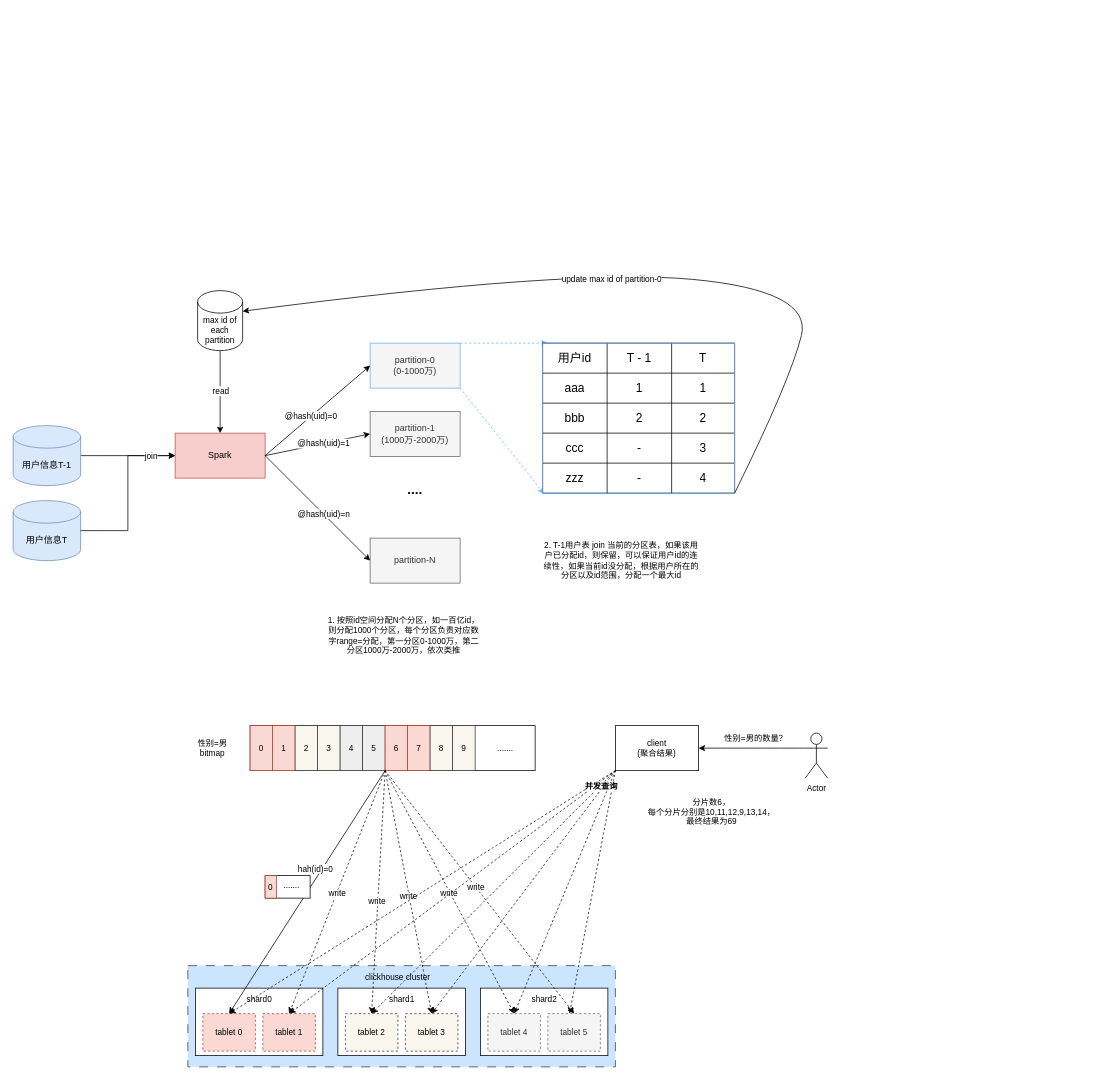
learn2Pro/draw_io_save keeps this draw.io diagram as id-mapping-pipeline-ck.drawio. Above is the earlier version. Source tidied: cells renumbered, new cells numbered last; positions are measured from the earlier drawing's top-left corner, leaving out a move shared by most shapes. Both pictures are drawn from the tidied source at 75%, with x=0, y=0 at pixel (13, 268).
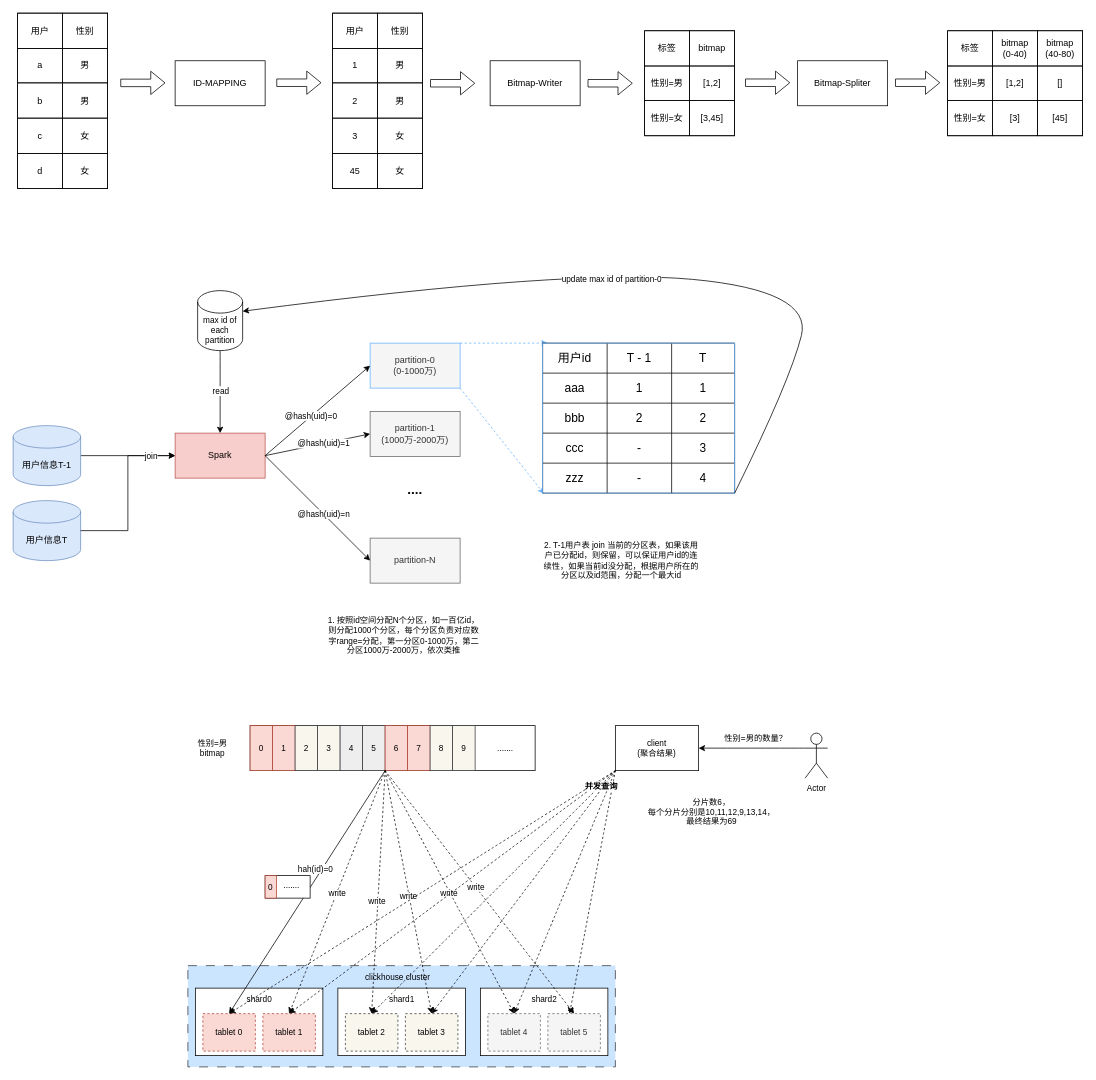
After the change.

What changed in the source:
```diff
@@
+    <mxCell id="105" style="childLayout=tableLayout;shadow=0;fillColor=none;" parent="1" vertex="1">
+      <mxGeometry x="6" y="-340" width="120" height="234" as="geometry" />
+    </mxCell>
+    <mxCell id="106" style="shape=tableRow;horizontal=0;startSize=0;swimlaneHead=0;swimlaneBody=0;top=0;left=0;bottom=0;right=0;fontStyle=0;fillColor=none;strokeColor=inherit;" parent="105" vertex="1">
+      <mxGeometry width="120" height="47" as="geometry" />
+    </mxCell>
+    <mxCell id="107" value="用户" style="strokeColor=inherit;fillColor=none;align=center;whiteSpace=wrap;html=1;" parent="106" vertex="1">
+      <mxGeometry width="60" height="47" as="geometry" />
+    </mxCell>
+    <mxCell id="108" value="性别" style="strokeColor=inherit;fillColor=none;align=center;whiteSpace=wrap;html=1;" parent="106" vertex="1">
+      <mxGeometry x="60" width="60" height="47" as="geometry" />
+    </mxCell>
+    <mxCell id="109" style="shape=tableRow;horizontal=0;startSize=0;swimlaneHead=0;swimlaneBody=0;top=0;left=0;bottom=0;right=0;fontStyle=0;fillColor=none;strokeColor=inherit;" parent="105" vertex="1">
+      <mxGeometry y="47" width="120" height="46" as="geometry" />
+    </mxCell>
+    <mxCell id="110" value="a" style="strokeColor=inherit;fillColor=none;align=center;whiteSpace=wrap;html=1;" parent="109" vertex="1">
+      <mxGeometry width="60" height="46" as="geometry" />
+    </mxCell>
+    <mxCell id="111" value="男" style="strokeColor=inherit;fillColor=none;align=center;whiteSpace=wrap;html=1;" parent="109" vertex="1">
+      <mxGeometry x="60" width="60" height="46" as="geometry" />
+    </mxCell>
+    <mxCell id="112" style="shape=tableRow;horizontal=0;startSize=0;swimlaneHead=0;swimlaneBody=0;top=0;left=0;bottom=0;right=0;fontStyle=0;fillColor=none;strokeColor=inherit;" parent="105" vertex="1">
+      <mxGeometry y="93" width="120" height="47" as="geometry" />
+    </mxCell>
+    <mxCell id="113" value="b" style="strokeColor=inherit;fillColor=none;align=center;whiteSpace=wrap;html=1;" parent="112" vertex="1">
+      <mxGeometry width="60" height="47" as="geometry" />
+    </mxCell>
+    <mxCell id="114" value="男" style="strokeColor=inherit;fillColor=none;align=center;whiteSpace=wrap;html=1;" parent="112" vertex="1">
+      <mxGeometry x="60" width="60" height="47" as="geometry" />
+    </mxCell>
+    <mxCell id="115" style="shape=tableRow;horizontal=0;startSize=0;swimlaneHead=0;swimlaneBody=0;top=0;left=0;bottom=0;right=0;fontStyle=0;fillColor=none;strokeColor=inherit;" parent="105" vertex="1">
+      <mxGeometry y="140" width="120" height="47" as="geometry" />
+    </mxCell>
+    <mxCell id="116" value="c" style="strokeColor=inherit;fillColor=none;align=center;whiteSpace=wrap;html=1;" parent="115" vertex="1">
+      <mxGeometry width="60" height="47" as="geometry" />
+    </mxCell>
+    <mxCell id="117" value="女" style="strokeColor=inherit;fillColor=none;align=center;whiteSpace=wrap;html=1;" parent="115" vertex="1">
+      <mxGeometry x="60" width="60" height="47" as="geometry" />
+    </mxCell>
+    <mxCell id="118" style="shape=tableRow;horizontal=0;startSize=0;swimlaneHead=0;swimlaneBody=0;top=0;left=0;bottom=0;right=0;fontStyle=0;fillColor=none;strokeColor=inherit;" parent="105" vertex="1">
+      <mxGeometry y="187" width="120" height="47" as="geometry" />
+    </mxCell>
+    <mxCell id="119" value="d" style="strokeColor=inherit;fillColor=none;align=center;whiteSpace=wrap;html=1;" parent="118" vertex="1">
+      <mxGeometry width="60" height="47" as="geometry" />
+    </mxCell>
+    <mxCell id="120" value="女" style="strokeColor=inherit;fillColor=none;align=center;whiteSpace=wrap;html=1;" parent="118" vertex="1">
+      <mxGeometry x="60" width="60" height="47" as="geometry" />
+    </mxCell>
+    <mxCell id="121" style="shape=flexArrow;endArrow=classic;html=1;rounded=0;" parent="1" edge="1">
+      <mxGeometry relative="1" as="geometry">
+        <mxPoint x="143" y="-247" as="sourcePoint" />
+        <mxPoint x="203" y="-247" as="targetPoint" />
+      </mxGeometry>
+    </mxCell>
+    <mxCell id="122" value="ID-MAPPING" style="rounded=0;whiteSpace=wrap;html=1;" parent="1" vertex="1">
+      <mxGeometry x="216" y="-276.5" width="120" height="60" as="geometry" />
+    </mxCell>
+    <mxCell id="123" style="shape=flexArrow;endArrow=classic;html=1;rounded=0;" parent="1" edge="1">
+      <mxGeometry relative="1" as="geometry">
+        <mxPoint x="351" y="-247.2" as="sourcePoint" />
+        <mxPoint x="411" y="-247.2" as="targetPoint" />
+      </mxGeometry>
+    </mxCell>
+    <mxCell id="124" style="childLayout=tableLayout;shadow=0;fillColor=none;" parent="1" vertex="1">
+      <mxGeometry x="426" y="-340" width="120" height="234" as="geometry" />
+    </mxCell>
+    <mxCell id="125" style="shape=tableRow;horizontal=0;startSize=0;swimlaneHead=0;swimlaneBody=0;top=0;left=0;bottom=0;right=0;fontStyle=0;fillColor=none;strokeColor=inherit;" parent="124" vertex="1">
+      <mxGeometry width="120" height="47" as="geometry" />
+    </mxCell>
+    <mxCell id="126" value="用户" style="strokeColor=inherit;fillColor=none;align=center;whiteSpace=wrap;html=1;" parent="125" vertex="1">
+      <mxGeometry width="60" height="47" as="geometry" />
+    </mxCell>
+    <mxCell id="127" value="性别" style="strokeColor=inherit;fillColor=none;align=center;whiteSpace=wrap;html=1;" parent="125" vertex="1">
+      <mxGeometry x="60" width="60" height="47" as="geometry" />
+    </mxCell>
+    <mxCell id="128" style="shape=tableRow;horizontal=0;startSize=0;swimlaneHead=0;swimlaneBody=0;top=0;left=0;bottom=0;right=0;fontStyle=0;fillColor=none;strokeColor=inherit;" parent="124" vertex="1">
+      <mxGeometry y="47" width="120" height="46" as="geometry" />
+    </mxCell>
+    <mxCell id="129" value="1" style="strokeColor=inherit;fillColor=none;align=center;whiteSpace=wrap;html=1;" parent="128" vertex="1">
+      <mxGeometry width="60" height="46" as="geometry" />
+    </mxCell>
+    <mxCell id="130" value="男" style="strokeColor=inherit;fillColor=none;align=center;whiteSpace=wrap;html=1;" parent="128" vertex="1">
+      <mxGeometry x="60" width="60" height="46" as="geometry" />
+    </mxCell>
+    <mxCell id="131" style="shape=tableRow;horizontal=0;startSize=0;swimlaneHead=0;swimlaneBody=0;top=0;left=0;bottom=0;right=0;fontStyle=0;fillColor=none;strokeColor=inherit;" parent="124" vertex="1">
+      <mxGeometry y="93" width="120" height="47" as="geometry" />
+    </mxCell>
+    <mxCell id="132" value="2" style="strokeColor=inherit;fillColor=none;align=center;whiteSpace=wrap;html=1;" parent="131" vertex="1">
+      <mxGeometry width="60" height="47" as="geometry" />
+    </mxCell>
+    <mxCell id="133" value="男" style="strokeColor=inherit;fillColor=none;align=center;whiteSpace=wrap;html=1;" parent="131" vertex="1">
+      <mxGeometry x="60" width="60" height="47" as="geometry" />
+    </mxCell>
+    <mxCell id="134" style="shape=tableRow;horizontal=0;startSize=0;swimlaneHead=0;swimlaneBody=0;top=0;left=0;bottom=0;right=0;fontStyle=0;fillColor=none;strokeColor=inherit;" parent="124" vertex="1">
+      <mxGeometry y="140" width="120" height="47" as="geometry" />
+    </mxCell>
+    <mxCell id="135" value="3" style="strokeColor=inherit;fillColor=none;align=center;whiteSpace=wrap;html=1;" parent="134" vertex="1">
+      <mxGeometry width="60" height="47" as="geometry" />
+    </mxCell>
+    <mxCell id="136" value="女" style="strokeColor=inherit;fillColor=none;align=center;whiteSpace=wrap;html=1;" parent="134" vertex="1">
+      <mxGeometry x="60" width="60" height="47" as="geometry" />
+    </mxCell>
+    <mxCell id="137" style="shape=tableRow;horizontal=0;startSize=0;swimlaneHead=0;swimlaneBody=0;top=0;left=0;bottom=0;right=0;fontStyle=0;fillColor=none;strokeColor=inherit;" parent="124" vertex="1">
+      <mxGeometry y="187" width="120" height="47" as="geometry" />
+    </mxCell>
+    <mxCell id="138" value="45" style="strokeColor=inherit;fillColor=none;align=center;whiteSpace=wrap;html=1;" parent="137" vertex="1">
+      <mxGeometry width="60" height="47" as="geometry" />
+    </mxCell>
+    <mxCell id="139" value="女" style="strokeColor=inherit;fillColor=none;align=center;whiteSpace=wrap;html=1;" parent="137" vertex="1">
+      <mxGeometry x="60" width="60" height="47" as="geometry" />
+    </mxCell>
+    <mxCell id="140" value="Bitmap-Writer" style="rounded=0;whiteSpace=wrap;html=1;" parent="1" vertex="1">
+      <mxGeometry x="636" y="-276.5" width="120" height="60" as="geometry" />
+    </mxCell>
+    <mxCell id="141" style="shape=flexArrow;endArrow=classic;html=1;rounded=0;" parent="1" edge="1">
+      <mxGeometry relative="1" as="geometry">
+        <mxPoint x="556" y="-246.5" as="sourcePoint" />
+        <mxPoint x="616" y="-246.5" as="targetPoint" />
+      </mxGeometry>
+    </mxCell>
+    <mxCell id="142" style="childLayout=tableLayout;shadow=0;fillColor=none;" parent="1" vertex="1">
+      <mxGeometry x="842" y="-316.5" width="120" height="140" as="geometry" />
+    </mxCell>
+    <mxCell id="143" style="shape=tableRow;horizontal=0;startSize=0;swimlaneHead=0;swimlaneBody=0;top=0;left=0;bottom=0;right=0;fontStyle=0;fillColor=none;strokeColor=inherit;" parent="142" vertex="1">
+      <mxGeometry width="120" height="47" as="geometry" />
+    </mxCell>
+    <mxCell id="144" value="标签" style="strokeColor=inherit;fillColor=none;align=center;whiteSpace=wrap;html=1;" parent="143" vertex="1">
+      <mxGeometry width="60" height="47" as="geometry" />
+    </mxCell>
+    <mxCell id="145" value="bitmap" style="strokeColor=inherit;fillColor=none;align=center;whiteSpace=wrap;html=1;" parent="143" vertex="1">
+      <mxGeometry x="60" width="60" height="47" as="geometry" />
+    </mxCell>
+    <mxCell id="146" style="shape=tableRow;horizontal=0;startSize=0;swimlaneHead=0;swimlaneBody=0;top=0;left=0;bottom=0;right=0;fontStyle=0;fillColor=none;strokeColor=inherit;" parent="142" vertex="1">
+      <mxGeometry y="47" width="120" height="46" as="geometry" />
+    </mxCell>
+    <mxCell id="147" value="性别=男" style="strokeColor=inherit;fillColor=none;align=center;whiteSpace=wrap;html=1;" parent="146" vertex="1">
+      <mxGeometry width="60" height="46" as="geometry" />
+    </mxCell>
+    <mxCell id="148" value="[1,2]" style="strokeColor=inherit;fillColor=none;align=center;whiteSpace=wrap;html=1;" parent="146" vertex="1">
+      <mxGeometry x="60" width="60" height="46" as="geometry" />
+    </mxCell>
+    <mxCell id="149" style="shape=tableRow;horizontal=0;startSize=0;swimlaneHead=0;swimlaneBody=0;top=0;left=0;bottom=0;right=0;fontStyle=0;fillColor=none;strokeColor=inherit;" parent="142" vertex="1">
+      <mxGeometry y="93" width="120" height="47" as="geometry" />
+    </mxCell>
+    <mxCell id="150" value="性别=女" style="strokeColor=inherit;fillColor=none;align=center;whiteSpace=wrap;html=1;" parent="149" vertex="1">
+      <mxGeometry width="60" height="47" as="geometry" />
+    </mxCell>
+    <mxCell id="151" value="[3,45]" style="strokeColor=inherit;fillColor=none;align=center;whiteSpace=wrap;html=1;" parent="149" vertex="1">
+      <mxGeometry x="60" width="60" height="47" as="geometry" />
+    </mxCell>
+    <mxCell id="152" style="shape=flexArrow;endArrow=classic;html=1;rounded=0;" parent="1" edge="1">
+      <mxGeometry relative="1" as="geometry">
+        <mxPoint x="766" y="-246.5" as="sourcePoint" />
+        <mxPoint x="826" y="-246.5" as="targetPoint" />
+      </mxGeometry>
+    </mxCell>
+    <mxCell id="153" style="shape=flexArrow;endArrow=classic;html=1;rounded=0;" parent="1" edge="1">
+      <mxGeometry relative="1" as="geometry">
+        <mxPoint x="976" y="-247.2" as="sourcePoint" />
+        <mxPoint x="1036" y="-247.2" as="targetPoint" />
+      </mxGeometry>
+    </mxCell>
+    <mxCell id="154" value="Bitmap-Spliter" style="rounded=0;whiteSpace=wrap;html=1;" parent="1" vertex="1">
+      <mxGeometry x="1046" y="-276.5" width="120" height="60" as="geometry" />
+    </mxCell>
+    <mxCell id="155" style="childLayout=tableLayout;shadow=0;fillColor=none;" parent="1" vertex="1">
+      <mxGeometry x="1246" y="-316.5" width="180" height="140" as="geometry" />
+    </mxCell>
+    <mxCell id="156" style="shape=tableRow;horizontal=0;startSize=0;swimlaneHead=0;swimlaneBody=0;top=0;left=0;bottom=0;right=0;fontStyle=0;fillColor=none;strokeColor=inherit;" parent="155" vertex="1">
+      <mxGeometry width="180" height="47" as="geometry" />
+    </mxCell>
+    <mxCell id="157" value="标签" style="strokeColor=inherit;fillColor=none;align=center;whiteSpace=wrap;html=1;" parent="156" vertex="1">
+      <mxGeometry width="60" height="47" as="geometry" />
+    </mxCell>
+    <mxCell id="158" value="bitmap&lt;br&gt;(0-40)" style="strokeColor=inherit;fillColor=none;align=center;whiteSpace=wrap;html=1;" parent="156" vertex="1">
+      <mxGeometry x="60" width="60" height="47" as="geometry" />
+    </mxCell>
+    <mxCell id="159" value="bitmap&lt;br&gt;(40-80)" style="strokeColor=inherit;fillColor=none;align=center;whiteSpace=wrap;html=1;" parent="156" vertex="1">
+      <mxGeometry x="120" width="60" height="47" as="geometry" />
+    </mxCell>
+    <mxCell id="160" style="shape=tableRow;horizontal=0;startSize=0;swimlaneHead=0;swimlaneBody=0;top=0;left=0;bottom=0;right=0;fontStyle=0;fillColor=none;strokeColor=inherit;" parent="155" vertex="1">
+      <mxGeometry y="47" width="180" height="46" as="geometry" />
+    </mxCell>
+    <mxCell id="161" value="性别=男" style="strokeColor=inherit;fillColor=none;align=center;whiteSpace=wrap;html=1;" parent="160" vertex="1">
+      <mxGeometry width="60" height="46" as="geometry" />
+    </mxCell>
+    <mxCell id="162" value="[1,2]" style="strokeColor=inherit;fillColor=none;align=center;whiteSpace=wrap;html=1;" parent="160" vertex="1">
+      <mxGeometry x="60" width="60" height="46" as="geometry" />
+    </mxCell>
+    <mxCell id="163" value="[]" style="strokeColor=inherit;fillColor=none;align=center;whiteSpace=wrap;html=1;" parent="160" vertex="1">
+      <mxGeometry x="120" width="60" height="46" as="geometry" />
+    </mxCell>
+    <mxCell id="164" style="shape=tableRow;horizontal=0;startSize=0;swimlaneHead=0;swimlaneBody=0;top=0;left=0;bottom=0;right=0;fontStyle=0;fillColor=none;strokeColor=inherit;" parent="155" vertex="1">
+      <mxGeometry y="93" width="180" height="47" as="geometry" />
+    </mxCell>
+    <mxCell id="165" value="性别=女" style="strokeColor=inherit;fillColor=none;align=center;whiteSpace=wrap;html=1;" parent="164" vertex="1">
+      <mxGeometry width="60" height="47" as="geometry" />
+    </mxCell>
+    <mxCell id="166" value="[3]" style="strokeColor=inherit;fillColor=none;align=center;whiteSpace=wrap;html=1;" parent="164" vertex="1">
+      <mxGeometry x="60" width="60" height="47" as="geometry" />
+    </mxCell>
+    <mxCell id="167" value="[45]" style="strokeColor=inherit;fillColor=none;align=center;whiteSpace=wrap;html=1;" parent="164" vertex="1">
+      <mxGeometry x="120" width="60" height="47" as="geometry" />
+    </mxCell>
+    <mxCell id="168" style="shape=flexArrow;endArrow=classic;html=1;rounded=0;" parent="1" edge="1">
+      <mxGeometry relative="1" as="geometry">
+        <mxPoint x="1176" y="-247.2" as="sourcePoint" />
+        <mxPoint x="1236" y="-247.2" as="targetPoint" />
+      </mxGeometry>
+    </mxCell>
```
